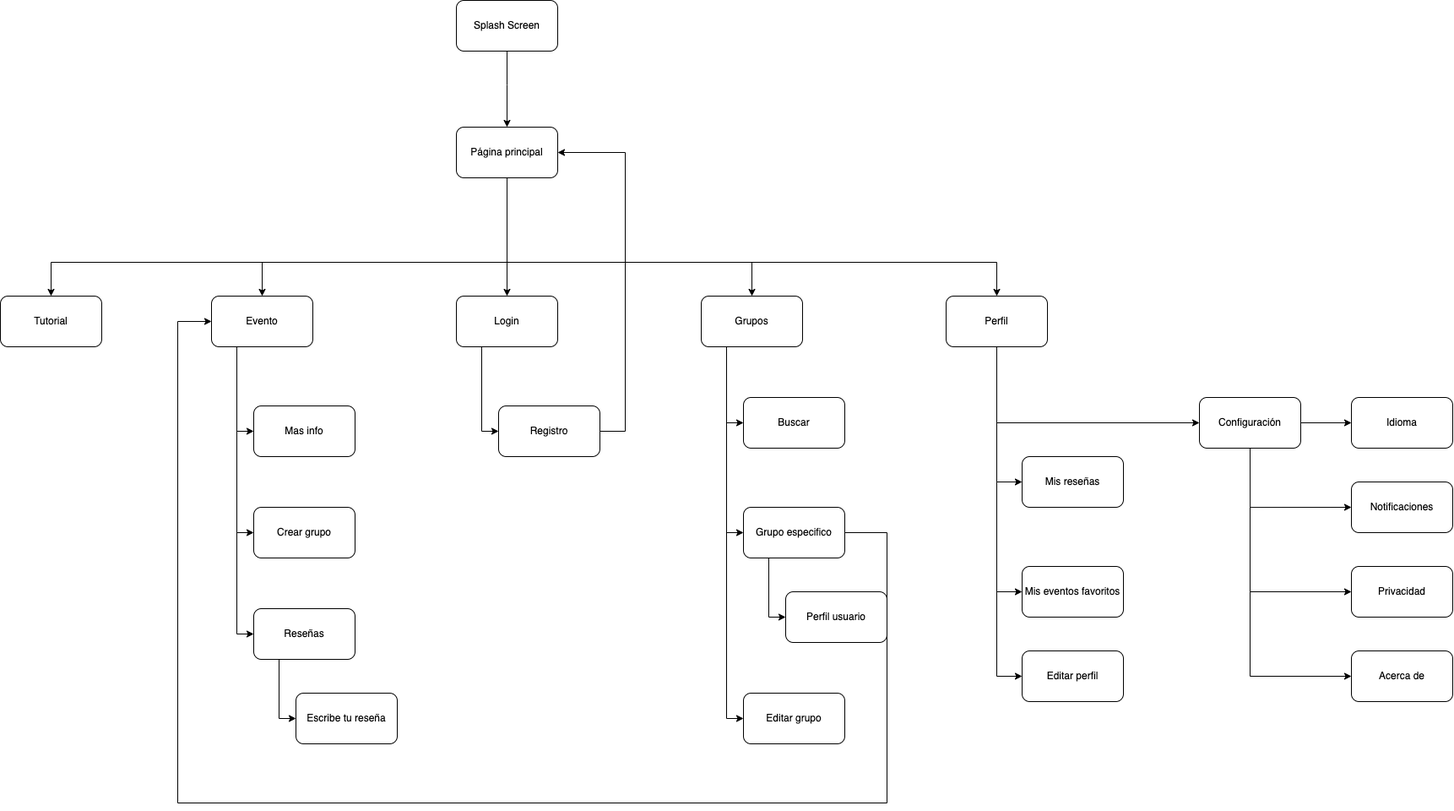
Before: P2/sitemap.png, a diagram exported from draw.io (albertollamass/DIU). Source tidied: cells renumbered, new cells last; positions are measured from the earlier drawing's top-left corner, leaving out a move shared by most shapes.
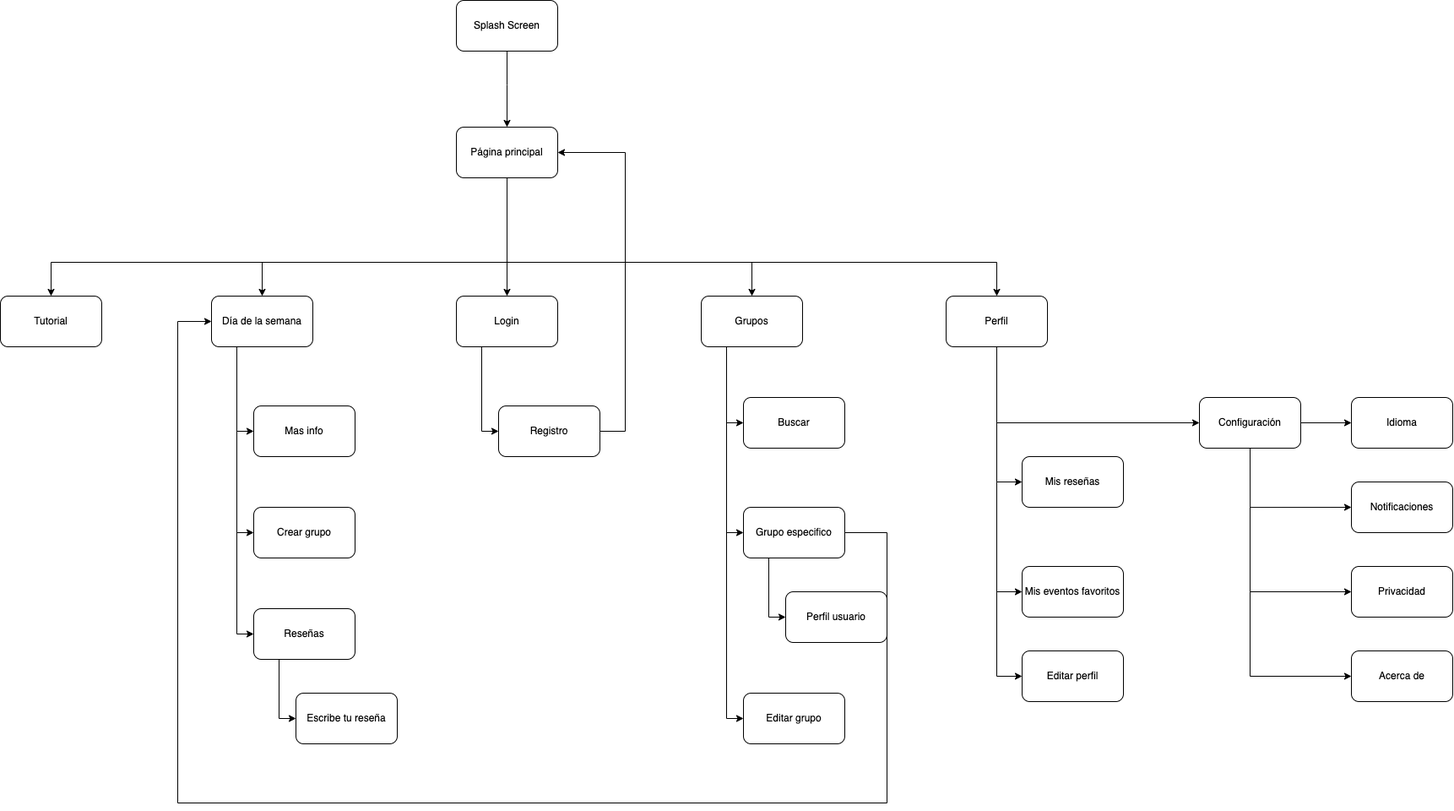
The same diagram one commit later.

What changed in the source:
```diff
@@ -28,7 +28,7 @@
         </Array>
       </mxGeometry>
     </mxCell>
-    <mxCell id="7" value="Evento" style="rounded=1;whiteSpace=wrap;html=1;" parent="1" vertex="1">
+    <mxCell id="7" value="Día de la semana" style="rounded=1;whiteSpace=wrap;html=1;" parent="1" vertex="1">
       <mxGeometry x="250" y="350" width="120" height="60" as="geometry" />
     </mxCell>
     <mxCell id="8" style="endArrow=classic;html=1;rounded=0;exitX=0.5;exitY=1;exitDx=0;exitDy=0;entryX=0.5;entryY=0;entryDx=0;entryDy=0;" parent="1" edge="1" target="7">
```
